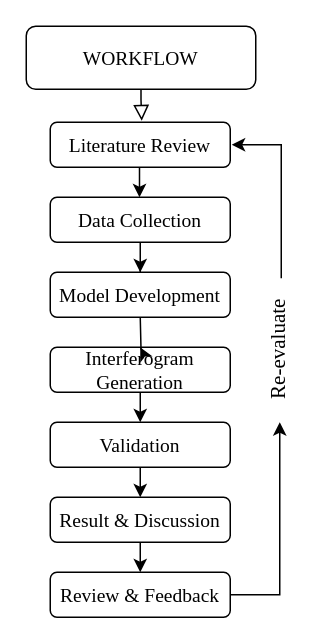
durerimon/anuga_core keeps this draw.io diagram as page "Page-1" (1 of 2) of docs/Untitled Diagram.drawio. Above is the earlier version. Source tidied: cells renumbered, new cells numbered last; positions are measured from the earlier drawing's top-left corner, leaving out a move shared by most shapes. Both pictures are drawn from the tidied source at 150%, with x=0, y=0 at pixel (26, 26).
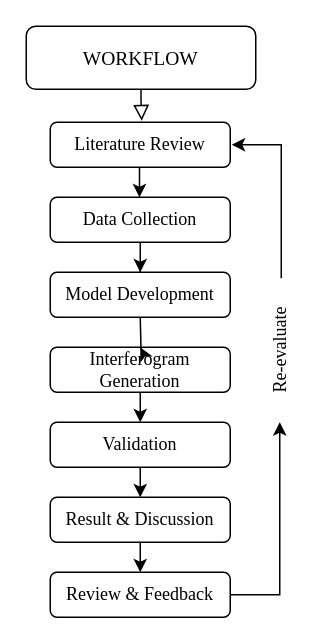
After the change.

Unchanged cells that the change refers to:
```xml
<mxCell id="3" value="WORKFLOW" style="rounded=1;whiteSpace=wrap;html=1;fontSize=13;glass=0;strokeWidth=1;shadow=0;fontFamily=Times New Roman;" parent="1" vertex="1">
  <mxGeometry width="153" height="42" as="geometry" />
</mxCell>
```

The edit, as a diff of the source:
```diff
@@
-    <mxCell id="2" style="rounded=0;html=1;jettySize=auto;fontSize=13;endArrow=block;endFill=0;endSize=8;strokeWidth=1;shadow=0;labelBackgroundColor=none;edgeStyle=orthogonalEdgeStyle;fontFamily=Times New Roman;exitX=0.5;exitY=1;exitDx=0;exitDy=0;" parent="1" edge="1" source="3">
+    <mxCell id="2" style="rounded=0;html=1;jettySize=auto;fontSize=12;endArrow=block;endFill=0;endSize=8;strokeWidth=1;shadow=0;labelBackgroundColor=none;edgeStyle=orthogonalEdgeStyle;fontFamily=Times New Roman;exitX=0.5;exitY=1;exitDx=0;exitDy=0;" parent="1" edge="1" source="3">
       <mxGeometry relative="1" as="geometry">
         <mxPoint x="77" y="63" as="targetPoint" />
         <Array as="points">
           <mxPoint x="77" y="49" />
           <mxPoint x="77" y="49" />
         </Array>
       </mxGeometry>
     </mxCell>
@@
-    <mxCell id="4" value="Literature Review" style="rounded=1;whiteSpace=wrap;html=1;fontSize=13;glass=0;strokeWidth=1;shadow=0;fontFamily=Times New Roman;" parent="1" vertex="1">
+    <mxCell id="4" value="Literature Review" style="rounded=1;whiteSpace=wrap;html=1;fontSize=12;glass=0;strokeWidth=1;shadow=0;fontFamily=Times New Roman;" parent="1" vertex="1">
       <mxGeometry x="16" y="64" width="120" height="30" as="geometry" />
     </mxCell>
-    <mxCell id="5" style="edgeStyle=orthogonalEdgeStyle;rounded=0;jettySize=auto;html=1;entryX=0.5;entryY=0;entryDx=0;entryDy=0;fontFamily=Times New Roman;fontSize=13;" parent="1" edge="1" source="6" target="7">
+    <mxCell id="5" style="edgeStyle=orthogonalEdgeStyle;rounded=0;jettySize=auto;html=1;entryX=0.5;entryY=0;entryDx=0;entryDy=0;fontFamily=Times New Roman;fontSize=12;" parent="1" edge="1" source="6" target="7">
       <mxGeometry relative="1" as="geometry" />
     </mxCell>
-    <mxCell id="6" value="Data Collection" style="rounded=1;whiteSpace=wrap;html=1;fontSize=13;glass=0;strokeWidth=1;shadow=0;fontFamily=Times New Roman;" parent="1" vertex="1">
+    <mxCell id="6" value="Data Collection" style="rounded=1;whiteSpace=wrap;html=1;fontSize=12;glass=0;strokeWidth=1;shadow=0;fontFamily=Times New Roman;" parent="1" vertex="1">
       <mxGeometry x="16" y="114" width="120" height="30" as="geometry" />
     </mxCell>
-    <mxCell id="7" value="Model Development" style="rounded=1;whiteSpace=wrap;html=1;fontSize=13;glass=0;strokeWidth=1;shadow=0;fontFamily=Times New Roman;" parent="1" vertex="1">
+    <mxCell id="7" value="Model Development" style="rounded=1;whiteSpace=wrap;html=1;fontSize=12;glass=0;strokeWidth=1;shadow=0;fontFamily=Times New Roman;" parent="1" vertex="1">
       <mxGeometry x="16" y="164" width="120" height="30" as="geometry" />
     </mxCell>
@@
-    <mxCell id="9" value="Review &amp;amp; Feedback" style="rounded=1;whiteSpace=wrap;html=1;fontSize=13;glass=0;strokeWidth=1;shadow=0;fontFamily=Times New Roman;" parent="1" vertex="1">
+    <mxCell id="9" value="Review &amp;amp; Feedback" style="rounded=1;whiteSpace=wrap;html=1;fontSize=12;glass=0;strokeWidth=1;shadow=0;fontFamily=Times New Roman;" parent="1" vertex="1">
       <mxGeometry x="16" y="364" width="120" height="30" as="geometry" />
     </mxCell>
-    <mxCell id="10" value="Result &amp;amp; Discussion" style="rounded=1;whiteSpace=wrap;html=1;fontSize=13;glass=0;strokeWidth=1;shadow=0;fontFamily=Times New Roman;" parent="1" vertex="1">
+    <mxCell id="10" value="Result &amp;amp; Discussion" style="rounded=1;whiteSpace=wrap;html=1;fontSize=12;glass=0;strokeWidth=1;shadow=0;fontFamily=Times New Roman;" parent="1" vertex="1">
       <mxGeometry x="16" y="314" width="120" height="30" as="geometry" />
     </mxCell>
-    <mxCell id="11" value="Validation" style="rounded=1;whiteSpace=wrap;html=1;fontSize=13;glass=0;strokeWidth=1;shadow=0;fontFamily=Times New Roman;" parent="1" vertex="1">
+    <mxCell id="11" value="Validation" style="rounded=1;whiteSpace=wrap;html=1;fontSize=12;glass=0;strokeWidth=1;shadow=0;fontFamily=Times New Roman;" parent="1" vertex="1">
       <mxGeometry x="16" y="264" width="120" height="30" as="geometry" />
     </mxCell>
-    <mxCell id="12" value="Interferogram Generation" style="rounded=1;whiteSpace=wrap;html=1;fontSize=13;glass=0;strokeWidth=1;shadow=0;fontFamily=Times New Roman;" parent="1" vertex="1">
+    <mxCell id="12" value="Interferogram Generation" style="rounded=1;whiteSpace=wrap;html=1;fontSize=12;glass=0;strokeWidth=1;shadow=0;fontFamily=Times New Roman;" parent="1" vertex="1">
       <mxGeometry x="16" y="214" width="120" height="30" as="geometry" />
     </mxCell>
-    <mxCell id="13" style="edgeStyle=orthogonalEdgeStyle;rounded=0;orthogonalLoop=1;jettySize=auto;html=1;entryX=0.5;entryY=0;entryDx=0;entryDy=0;fontFamily=Times New Roman;fontSize=13;" parent="1" edge="1">
+    <mxCell id="13" style="edgeStyle=orthogonalEdgeStyle;rounded=0;orthogonalLoop=1;jettySize=auto;html=1;entryX=0.5;entryY=0;entryDx=0;entryDy=0;fontFamily=Times New Roman;fontSize=12;" parent="1" edge="1">
       <mxGeometry relative="1" as="geometry">
         <mxPoint x="75.5" y="94" as="sourcePoint" />
         <mxPoint x="75.5" y="114" as="targetPoint" />
       </mxGeometry>
     </mxCell>
-    <mxCell id="14" style="edgeStyle=orthogonalEdgeStyle;rounded=0;jettySize=auto;html=1;fontFamily=Times New Roman;fontSize=13;" parent="1" edge="1" target="12">
+    <mxCell id="14" style="edgeStyle=orthogonalEdgeStyle;rounded=0;jettySize=auto;html=1;fontFamily=Times New Roman;fontSize=12;" parent="1" edge="1" target="12">
       <mxGeometry relative="1" as="geometry">
         <mxPoint x="76" y="194" as="sourcePoint" />
       </mxGeometry>
     </mxCell>
-    <mxCell id="15" style="edgeStyle=orthogonalEdgeStyle;rounded=0;jettySize=auto;html=1;entryX=0.5;entryY=0;entryDx=0;entryDy=0;fontFamily=Times New Roman;fontSize=13;" parent="1" edge="1" target="11">
+    <mxCell id="15" style="edgeStyle=orthogonalEdgeStyle;rounded=0;jettySize=auto;html=1;entryX=0.5;entryY=0;entryDx=0;entryDy=0;fontFamily=Times New Roman;fontSize=12;" parent="1" edge="1" target="11">
       <mxGeometry relative="1" as="geometry">
         <mxPoint x="76" y="244" as="sourcePoint" />
       </mxGeometry>
     </mxCell>
-    <mxCell id="16" style="edgeStyle=orthogonalEdgeStyle;rounded=0;jettySize=auto;html=1;entryX=0.5;entryY=0;entryDx=0;entryDy=0;fontFamily=Times New Roman;fontSize=13;" parent="1" edge="1" target="9">
+    <mxCell id="16" style="edgeStyle=orthogonalEdgeStyle;rounded=0;jettySize=auto;html=1;entryX=0.5;entryY=0;entryDx=0;entryDy=0;fontFamily=Times New Roman;fontSize=12;" parent="1" edge="1" target="9">
       <mxGeometry relative="1" as="geometry">
         <mxPoint x="76" y="344" as="sourcePoint" />
       </mxGeometry>
     </mxCell>
-    <mxCell id="17" style="edgeStyle=orthogonalEdgeStyle;rounded=0;jettySize=auto;html=1;entryX=0.5;entryY=0;entryDx=0;entryDy=0;fontFamily=Times New Roman;fontSize=13;" parent="1" edge="1" target="10">
+    <mxCell id="17" style="edgeStyle=orthogonalEdgeStyle;rounded=0;jettySize=auto;html=1;entryX=0.5;entryY=0;entryDx=0;entryDy=0;fontFamily=Times New Roman;fontSize=12;" parent="1" edge="1" target="10">
       <mxGeometry relative="1" as="geometry">
         <mxPoint x="76" y="294" as="sourcePoint" />
       </mxGeometry>
     </mxCell>
-    <mxCell id="18" value="Re-evaluate" style="text;html=1;align=center;verticalAlign=middle;fillColor=none;strokeColor=none;rounded=0;fontFamily=Times New Roman;fontSize=14;rotation=270;" parent="1" vertex="1">
-      <mxGeometry x="129" y="200" width="80" height="32" as="geometry" />
+    <mxCell id="18" value="Re-evaluate" style="text;html=1;align=center;verticalAlign=middle;fillColor=none;strokeColor=none;rounded=0;fontFamily=Times New Roman;fontSize=12;rotation=270;" parent="1" vertex="1">
+      <mxGeometry x="136" y="208" width="67" height="18" as="geometry" />
     </mxCell>
```
